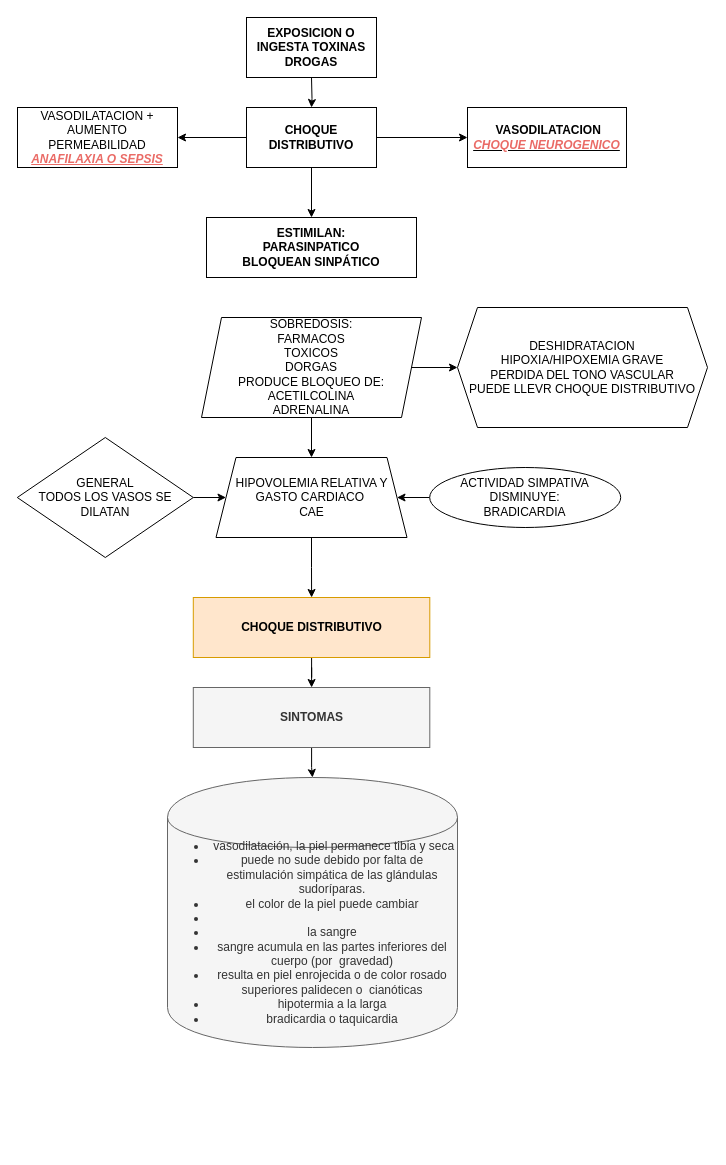
Earlier version of the draw.io diagram SHOCK.drawio (jcapont/MEDICINA). Source tidied: cells renumbered, new cells numbered last; positions are measured from the earlier drawing's top-left corner, leaving out a move shared by most shapes. Both pictures are drawn from the tidied source at 100%, with x=0, y=0 at pixel (17, 17).
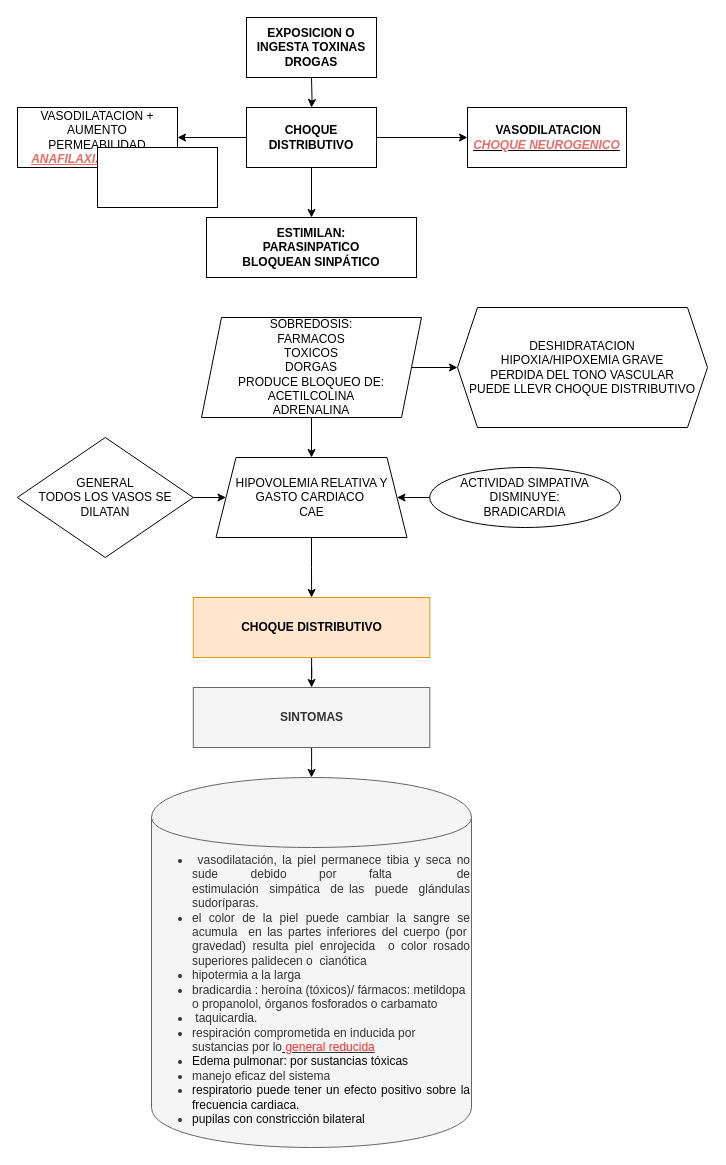
After the change.

The edit, as a diff of the source:
```diff
@@
-    <mxCell id="25" value="&lt;ul&gt;&lt;li&gt;&amp;nbsp;vasodilatación, la piel permanece tibia y seca&lt;/li&gt;&lt;li&gt;puede no sude debido por falta de estimulación simpática de las glándulas sudoríparas.&lt;br&gt;&lt;/li&gt;&lt;li&gt;el color de la piel puede cambiar&lt;br&gt;&lt;/li&gt;&lt;li&gt;&lt;/li&gt;&lt;li&gt;la sangre&lt;/li&gt;&lt;li&gt;sangre acumula en las partes inferiores del cuerpo (por&amp;nbsp; gravedad)&lt;/li&gt;&lt;li&gt;resulta en piel enrojecida o de color rosado superiores palidecen o&amp;nbsp; cianóticas&lt;/li&gt;&lt;li&gt;hipotermia a la larga&lt;/li&gt;&lt;li&gt;bradicardia o taquicardia&lt;/li&gt;&lt;/ul&gt;" style="shape=cylinder;whiteSpace=wrap;html=1;boundedLbl=1;backgroundOutline=1;fontColor=#333333;strokeColor=#666666;fillColor=#f5f5f5;" parent="1" vertex="1">
-      <mxGeometry x="150" y="760" width="290" height="270" as="geometry" />
+    <mxCell id="25" value="&lt;div&gt;&lt;br&gt;&lt;/div&gt;&lt;ul&gt;&lt;li style=&quot;text-align: justify&quot;&gt;&amp;nbsp;vasodilatación, la piel permanece tibia y seca no sude&amp;nbsp;debido por falta&amp;nbsp;&amp;nbsp;de estimulación&amp;nbsp;&amp;nbsp;simpática&amp;nbsp;&amp;nbsp;de las&amp;nbsp;&amp;nbsp;puede&amp;nbsp;&amp;nbsp;glándulas sudoríparas.&lt;/li&gt;&lt;li style=&quot;text-align: justify&quot;&gt;&lt;span style=&quot;text-align: left&quot;&gt;el color de la piel puede cambiar la sangre se acumula&amp;nbsp;&amp;nbsp;en las partes inferiores del cuerpo (por&amp;nbsp; gravedad) resulta piel enrojecida&amp;nbsp;&amp;nbsp;o color rosado superiores palidecen o&amp;nbsp; cianótica&lt;/span&gt;&lt;/li&gt;&lt;li style=&quot;text-align: left&quot;&gt;hipotermia a la larga&lt;/li&gt;&lt;li style=&quot;text-align: left&quot;&gt;bradicardia : heroína (tóxicos)/ fármacos: metildopa o propanolol, órganos fosforados o carbamato&lt;/li&gt;&lt;li style=&quot;text-align: left&quot;&gt;&amp;nbsp;taquicardia.&lt;/li&gt;&lt;li style=&quot;text-align: left&quot;&gt;respiración comprometida en inducida por sustancias por lo&lt;u&gt;&lt;font color=&quot;#ff2e2e&quot;&gt; general reducida&lt;/font&gt;&lt;/u&gt;&lt;/li&gt;&lt;li style=&quot;text-align: left&quot;&gt;&lt;font color=&quot;#080808&quot;&gt;Edema pulmonar: por sustancias&amp;nbsp;tóxicas&lt;/font&gt;&lt;/li&gt;&lt;li style=&quot;text-align: left&quot;&gt;manejo eficaz del sistema&lt;font color=&quot;#080808&quot;&gt;&lt;/font&gt;&lt;/li&gt;&lt;li style=&quot;text-align: justify&quot;&gt;&lt;font color=&quot;#080808&quot;&gt;respiratorio puede tener un efecto positivo sobre la frecuencia cardiaca.&lt;/font&gt;&lt;/li&gt;&lt;li style=&quot;text-align: left&quot;&gt;&lt;font color=&quot;#080808&quot;&gt;pupilas con constricción bilateral&lt;br&gt;&lt;/font&gt;&lt;/li&gt;&lt;/ul&gt;" style="shape=cylinder;whiteSpace=wrap;html=1;boundedLbl=1;backgroundOutline=1;fontColor=#333333;strokeColor=#666666;fillColor=#f5f5f5;" parent="1" vertex="1">
+      <mxGeometry x="134" y="760" width="320" height="370" as="geometry" />
     </mxCell>
+    <mxCell id="26" style="whiteSpace=wrap;html=1;" parent="1" vertex="1">
+      <mxGeometry x="80" y="130" width="120" height="60" as="geometry" />
+    </mxCell>
```
